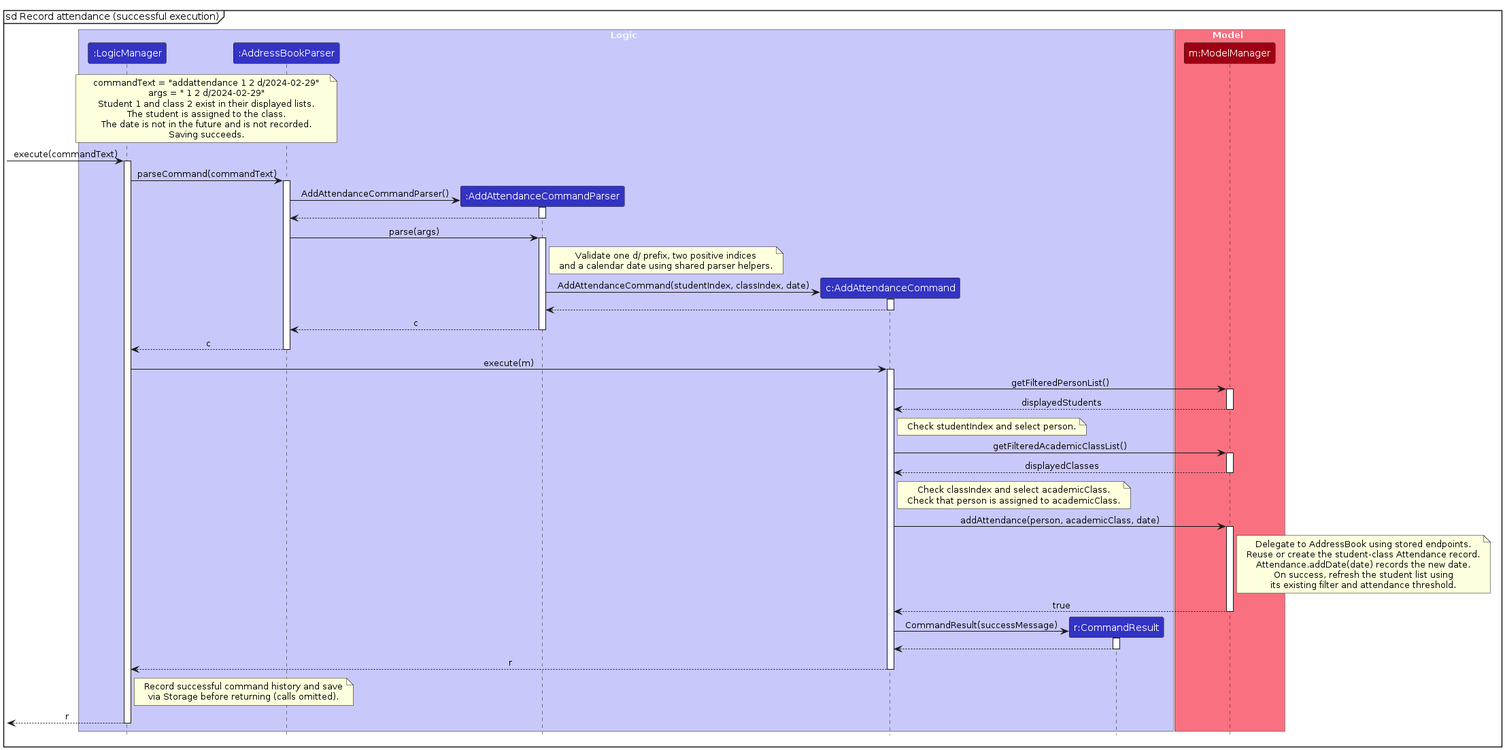
Above: diagrams/AddAttendanceSequenceDiagram.png in AY2627S1-CS2103-F10-2/tp (PlantUML), before the change. Its source is kept beside it as diagrams/AddAttendanceSequenceDiagram.puml.
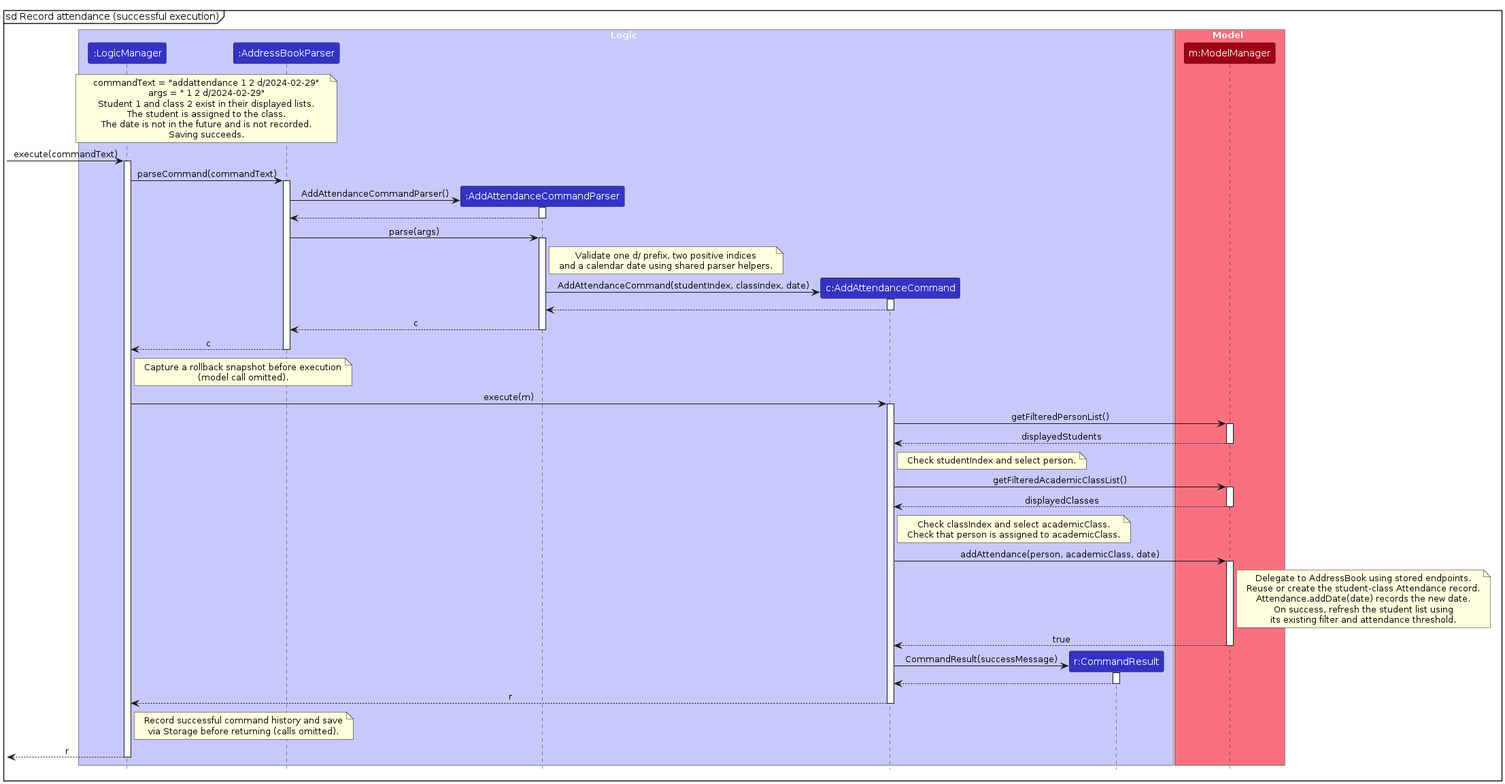
Above is the later version.

What changed in the source:
```diff
@@ -49,6 +49,11 @@
 AddressBookParser --> LogicManager : c
 deactivate AddressBookParser
 
+note right of LogicManager
+Capture a rollback snapshot before execution
+(model call omitted).
+end note
+
 LogicManager -> Command : execute(m)
 activate Command
 Command -> Model : getFilteredPersonList()
```
